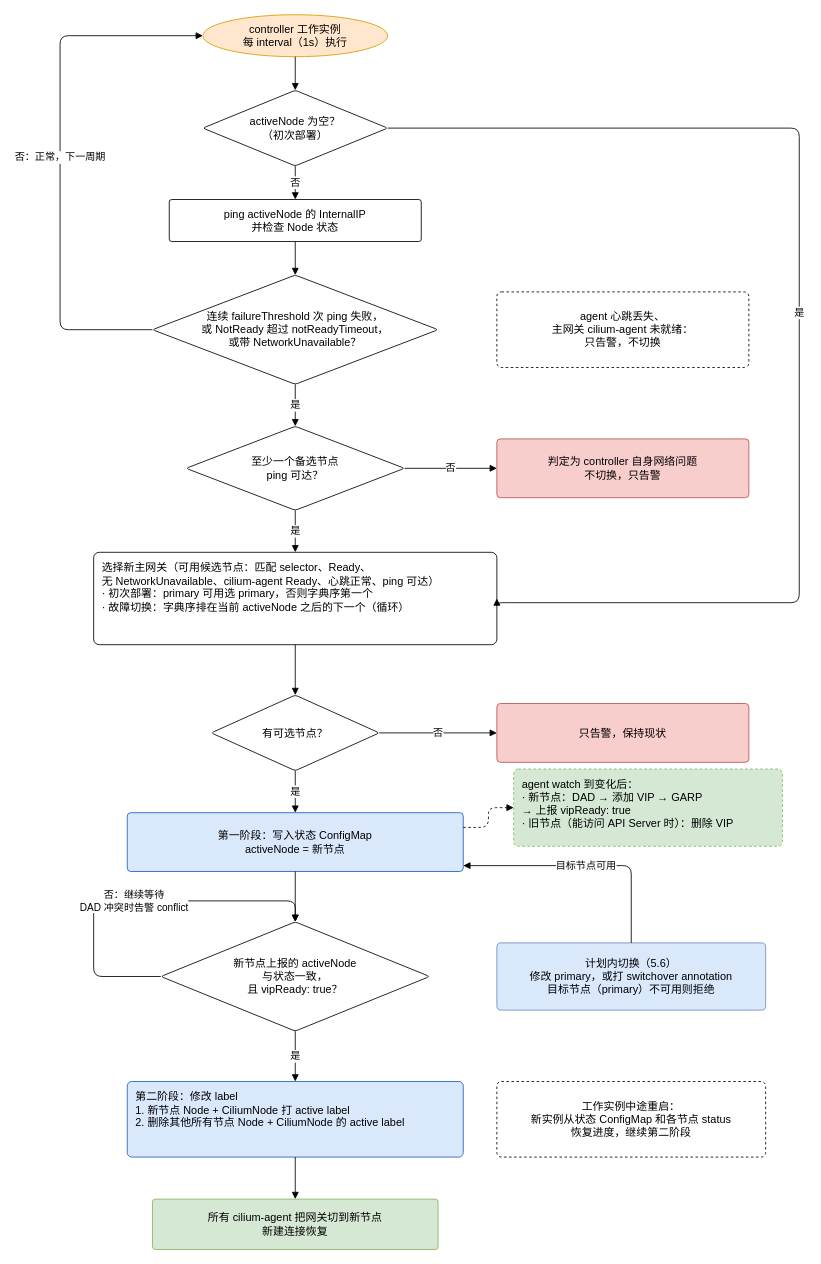
Above: docs/images/controller-workflow.drawio in spidernet-io/cilium-egressgateway-ha (draw.io), before the change. Source tidied: cells renumbered, new cells numbered last; positions are measured from the earlier drawing's top-left corner, leaving out a move shared by most shapes. Both pictures are drawn from the tidied source at 84%, with x=0, y=0 at pixel (60, 14).
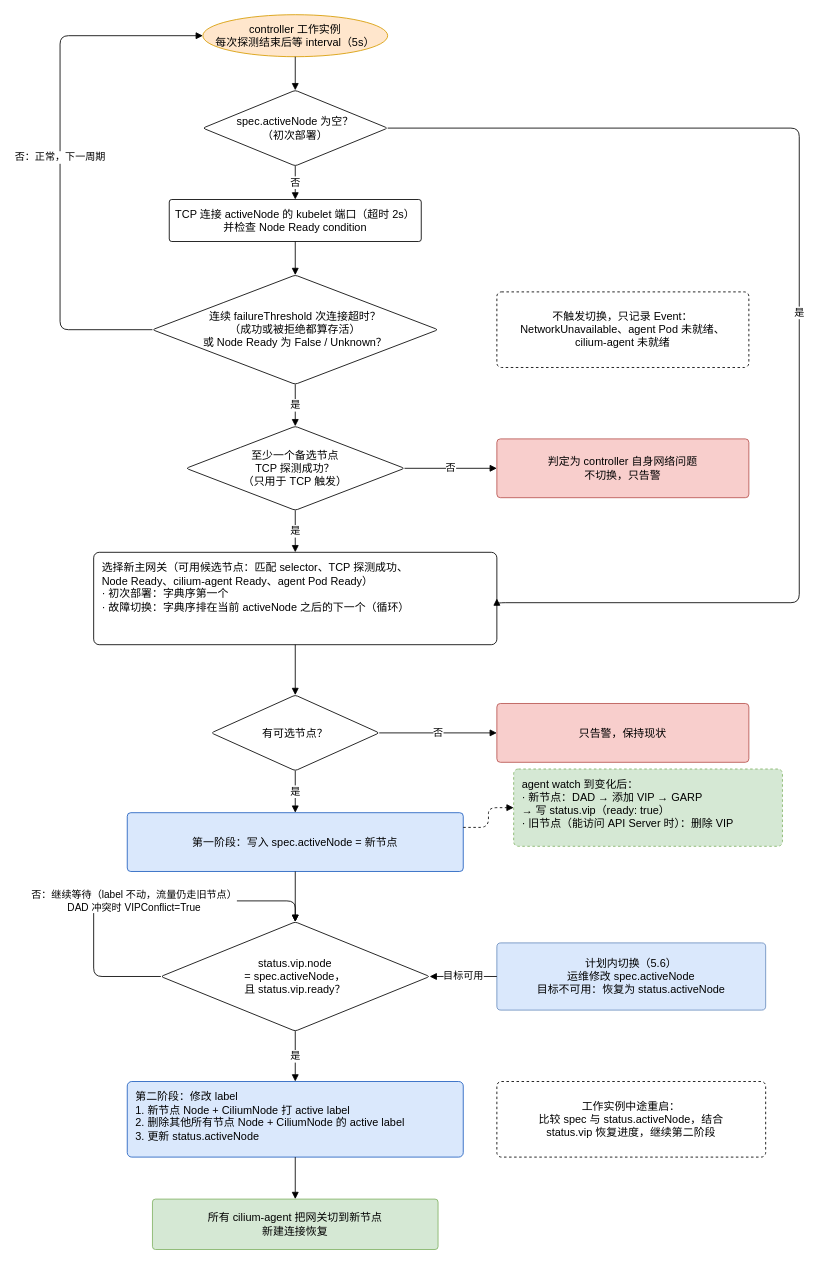
The same page after the edit.

Diff of the diagram source:
```diff
@@
-    <mxCell id="2" value="controller 工作实例&lt;br&gt;每 interval（1s）执行" style="rounded=1;whiteSpace=wrap;html=1;arcSize=6;fontSize=13;ellipse;fillColor=#ffe6cc;strokeColor=#d79b00;" parent="1" vertex="1">
+    <mxCell id="2" value="controller 工作实例&lt;br&gt;每次探测结束后等 interval（5s）" style="rounded=1;whiteSpace=wrap;html=1;arcSize=6;fontSize=13;ellipse;fillColor=#ffe6cc;strokeColor=#d79b00;" parent="1" vertex="1">
       <mxGeometry x="170" width="220" height="50" as="geometry" />
     </mxCell>
-    <mxCell id="3" value="activeNode 为空？&lt;br&gt;（初次部署）" style="rounded=1;whiteSpace=wrap;html=1;arcSize=6;fontSize=13;rhombus;whiteSpace=wrap;html=1;fontSize=13;fillColor=#ffffff;" parent="1" vertex="1">
+    <mxCell id="3" value="spec.activeNode 为空？&lt;br&gt;（初次部署）" style="rounded=1;whiteSpace=wrap;html=1;arcSize=6;fontSize=13;rhombus;whiteSpace=wrap;html=1;fontSize=13;fillColor=#ffffff;" parent="1" vertex="1">
       <mxGeometry x="170" y="90" width="220" height="90" as="geometry" />
     </mxCell>
-    <mxCell id="4" value="ping activeNode 的 InternalIP&lt;br&gt;并检查 Node 状态" style="rounded=1;whiteSpace=wrap;html=1;arcSize=6;fontSize=13;fillColor=#ffffff;" parent="1" vertex="1">
+    <mxCell id="4" value="TCP 连接 activeNode 的 kubelet 端口（超时 2s）&lt;br&gt;并检查 Node Ready condition" style="rounded=1;whiteSpace=wrap;html=1;arcSize=6;fontSize=13;fillColor=#ffffff;" parent="1" vertex="1">
       <mxGeometry x="130" y="220" width="300" height="50" as="geometry" />
     </mxCell>
-    <mxCell id="5" value="连续 failureThreshold 次 ping 失败，&lt;br&gt;或 NotReady 超过 notReadyTimeout，&lt;br&gt;或带 NetworkUnavailable？" style="rounded=1;whiteSpace=wrap;html=1;arcSize=6;fontSize=13;rhombus;whiteSpace=wrap;html=1;fontSize=13;fillColor=#ffffff;" parent="1" vertex="1">
+    <mxCell id="5" value="连续 failureThreshold 次连接超时？&lt;br&gt;（成功或被拒绝都算存活）&lt;br&gt;或 Node Ready 为 False / Unknown？" style="rounded=1;whiteSpace=wrap;html=1;arcSize=6;fontSize=13;rhombus;whiteSpace=wrap;html=1;fontSize=13;fillColor=#ffffff;" parent="1" vertex="1">
       <mxGeometry x="110" y="310" width="340" height="130" as="geometry" />
     </mxCell>
-    <mxCell id="6" value="agent 心跳丢失、&lt;br&gt;主网关 cilium-agent 未就绪：&lt;br&gt;只告警，不切换" style="rounded=1;whiteSpace=wrap;html=1;arcSize=6;fontSize=13;dashed=1;fillColor=#ffffff;" parent="1" vertex="1">
+    <mxCell id="6" value="不触发切换，只记录 Event：&lt;br&gt;NetworkUnavailable、agent Pod 未就绪、&lt;br&gt;cilium-agent 未就绪" style="rounded=1;whiteSpace=wrap;html=1;arcSize=6;fontSize=13;dashed=1;fillColor=#ffffff;" parent="1" vertex="1">
       <mxGeometry x="520" y="330" width="300" height="90" as="geometry" />
     </mxCell>
-    <mxCell id="7" value="至少一个备选节点&lt;br&gt;ping 可达？" style="rounded=1;whiteSpace=wrap;html=1;arcSize=6;fontSize=13;rhombus;whiteSpace=wrap;html=1;fontSize=13;fillColor=#ffffff;" parent="1" vertex="1">
+    <mxCell id="7" value="至少一个备选节点&lt;br&gt;TCP 探测成功？&lt;br&gt;（只用于 TCP 触发）" style="rounded=1;whiteSpace=wrap;html=1;arcSize=6;fontSize=13;rhombus;whiteSpace=wrap;html=1;fontSize=13;fillColor=#ffffff;" parent="1" vertex="1">
       <mxGeometry x="150" y="490" width="260" height="100" as="geometry" />
     </mxCell>
@@
-    <mxCell id="9" value="选择新主网关（可用候选节点：匹配 selector、Ready、&lt;br&gt;无 NetworkUnavailable、cilium-agent Ready、心跳正常、ping 可达）&lt;br&gt;· 初次部署：primary 可用选 primary，否则字典序第一个&lt;br&gt;· 故障切换：字典序排在当前 activeNode 之后的下一个（循环）" style="rounded=1;whiteSpace=wrap;html=1;arcSize=6;fontSize=13;fillColor=#ffffff;align=left;verticalAlign=top;spacingLeft=8;spacingTop=4;" parent="1" vertex="1">
+    <mxCell id="9" value="选择新主网关（可用候选节点：匹配 selector、TCP 探测成功、&lt;br&gt;Node Ready、cilium-agent Ready、agent Pod Ready）&lt;br&gt;· 初次部署：字典序第一个&lt;br&gt;· 故障切换：字典序排在当前 activeNode 之后的下一个（循环）" style="rounded=1;whiteSpace=wrap;html=1;arcSize=6;fontSize=13;fillColor=#ffffff;align=left;verticalAlign=top;spacingLeft=8;spacingTop=4;" parent="1" vertex="1">
       <mxGeometry x="40" y="640" width="480" height="110" as="geometry" />
     </mxCell>
@@
-    <mxCell id="12" value="第一阶段：写入状态 ConfigMap&lt;br&gt;activeNode = 新节点" style="rounded=1;whiteSpace=wrap;html=1;arcSize=6;fontSize=13;strokeColor=#1f5fbf;fontColor=#1f5fbf;fillColor=#dae8fc;fontColor=#000000;" parent="1" vertex="1">
+    <mxCell id="12" value="第一阶段：写入 spec.activeNode = 新节点" style="rounded=1;whiteSpace=wrap;html=1;arcSize=6;fontSize=13;strokeColor=#1f5fbf;fontColor=#1f5fbf;fillColor=#dae8fc;fontColor=#000000;" parent="1" vertex="1">
       <mxGeometry x="80" y="950" width="400" height="70" as="geometry" />
     </mxCell>
-    <mxCell id="13" value="agent watch 到变化后：&lt;br&gt;· 新节点：DAD → 添加 VIP → GARP&lt;br&gt;  → 上报 vipReady: true&lt;br&gt;· 旧节点（能访问 API Server 时）：删除 VIP" style="rounded=1;whiteSpace=wrap;html=1;arcSize=6;fontSize=13;dashed=1;fillColor=#d5e8d4;strokeColor=#82b366;align=left;verticalAlign=top;spacingLeft=8;spacingTop=4;" parent="1" vertex="1">
+    <mxCell id="13" value="agent watch 到变化后：&lt;br&gt;· 新节点：DAD → 添加 VIP → GARP&lt;br&gt;  → 写 status.vip（ready: true）&lt;br&gt;· 旧节点（能访问 API Server 时）：删除 VIP" style="rounded=1;whiteSpace=wrap;html=1;arcSize=6;fontSize=13;dashed=1;fillColor=#d5e8d4;strokeColor=#82b366;align=left;verticalAlign=top;spacingLeft=8;spacingTop=4;" parent="1" vertex="1">
       <mxGeometry x="540" y="898" width="320" height="92" as="geometry" />
     </mxCell>
-    <mxCell id="14" value="新节点上报的 activeNode&lt;br&gt;与状态一致，&lt;br&gt;且 vipReady: true？" style="rounded=1;whiteSpace=wrap;html=1;arcSize=6;fontSize=13;rhombus;whiteSpace=wrap;html=1;fontSize=13;fillColor=#ffffff;" parent="1" vertex="1">
+    <mxCell id="14" value="status.vip.node&lt;br&gt;= spec.activeNode，&lt;br&gt;且 status.vip.ready？" style="rounded=1;whiteSpace=wrap;html=1;arcSize=6;fontSize=13;rhombus;whiteSpace=wrap;html=1;fontSize=13;fillColor=#ffffff;" parent="1" vertex="1">
       <mxGeometry x="120" y="1080" width="320" height="130" as="geometry" />
     </mxCell>
-    <mxCell id="15" value="计划内切换（5.6）&lt;br&gt;修改 primary，或打 switchover annotation&lt;br&gt;目标节点（primary）不可用则拒绝" style="rounded=1;whiteSpace=wrap;html=1;arcSize=6;fontSize=13;fillColor=#dae8fc;strokeColor=#6c8ebf;" parent="1" vertex="1">
+    <mxCell id="15" value="计划内切换（5.6）&lt;br&gt;运维修改 spec.activeNode&lt;br&gt;目标不可用：恢复为 status.activeNode" style="rounded=1;whiteSpace=wrap;html=1;arcSize=6;fontSize=13;fillColor=#dae8fc;strokeColor=#6c8ebf;" parent="1" vertex="1">
       <mxGeometry x="520" y="1105" width="320" height="80" as="geometry" />
     </mxCell>
-    <mxCell id="16" value="第二阶段：修改 label&lt;br&gt;1. 新节点 Node + CiliumNode 打 active label&lt;br&gt;2. 删除其他所有节点 Node + CiliumNode 的 active label" style="rounded=1;whiteSpace=wrap;html=1;arcSize=6;fontSize=13;fillColor=#dae8fc;strokeColor=#1f5fbf;align=left;verticalAlign=top;spacingLeft=8;spacingTop=4;" parent="1" vertex="1">
+    <mxCell id="16" value="第二阶段：修改 label&lt;br&gt;1. 新节点 Node + CiliumNode 打 active label&lt;br&gt;2. 删除其他所有节点 Node + CiliumNode 的 active label&lt;br&gt;3. 更新 status.activeNode" style="rounded=1;whiteSpace=wrap;html=1;arcSize=6;fontSize=13;fillColor=#dae8fc;strokeColor=#1f5fbf;align=left;verticalAlign=top;spacingLeft=8;spacingTop=4;" parent="1" vertex="1">
       <mxGeometry x="80" y="1270" width="400" height="90" as="geometry" />
     </mxCell>
@@
-    <mxCell id="18" value="工作实例中途重启：&lt;br&gt;新实例从状态 ConfigMap 和各节点 status&lt;br&gt;恢复进度，继续第二阶段" style="rounded=1;whiteSpace=wrap;html=1;arcSize=6;fontSize=13;dashed=1;fillColor=#ffffff;" parent="1" vertex="1">
+    <mxCell id="18" value="工作实例中途重启：&lt;br&gt;比较 spec 与 status.activeNode，结合&lt;br&gt;status.vip 恢复进度，继续第二阶段" style="rounded=1;whiteSpace=wrap;html=1;arcSize=6;fontSize=13;dashed=1;fillColor=#ffffff;" parent="1" vertex="1">
       <mxGeometry x="520" y="1270" width="320" height="90" as="geometry" />
     </mxCell>
@@
-    <mxCell id="32" value="否：继续等待&lt;br&gt;DAD 冲突时告警 conflict" style="edgeStyle=orthogonalEdgeStyle;rounded=1;html=1;endArrow=block;endFill=1;fontSize=12;labelBackgroundColor=#ffffff;exitX=0;exitY=0.5;entryX=0.5;entryY=0;" parent="1" edge="1" source="14" target="14">
+    <mxCell id="32" value="否：继续等待（label 不动，流量仍走旧节点）&lt;br&gt;DAD 冲突时 VIPConflict=True" style="edgeStyle=orthogonalEdgeStyle;rounded=1;html=1;endArrow=block;endFill=1;fontSize=12;labelBackgroundColor=#ffffff;exitX=0;exitY=0.5;entryX=0.5;entryY=0;" parent="1" edge="1" source="14" target="14">
       <mxGeometry relative="1" as="geometry">
         <Array as="points">
           <mxPoint x="40" y="1145" />
           <mxPoint x="40" y="1055" />
           <mxPoint x="280" y="1055" />
         </Array>
       </mxGeometry>
     </mxCell>
-    <mxCell id="33" value="目标节点可用" style="edgeStyle=orthogonalEdgeStyle;rounded=1;html=1;endArrow=block;endFill=1;fontSize=12;labelBackgroundColor=#ffffff;exitX=0.5;exitY=0;entryX=1;entryY=0.9;" parent="1" edge="1" source="15" target="12">
-      <mxGeometry relative="1" as="geometry">
-        <Array as="points">
-          <mxPoint x="680" y="1013" />
-        </Array>
-      </mxGeometry>
+    <mxCell id="33" value="目标可用" style="edgeStyle=orthogonalEdgeStyle;rounded=1;html=1;endArrow=block;endFill=1;fontSize=12;labelBackgroundColor=#ffffff;exitX=0;exitY=0.5;entryX=1;entryY=0.5;" parent="1" edge="1" source="15" target="14">
+      <mxGeometry relative="1" as="geometry" />
     </mxCell>
```
